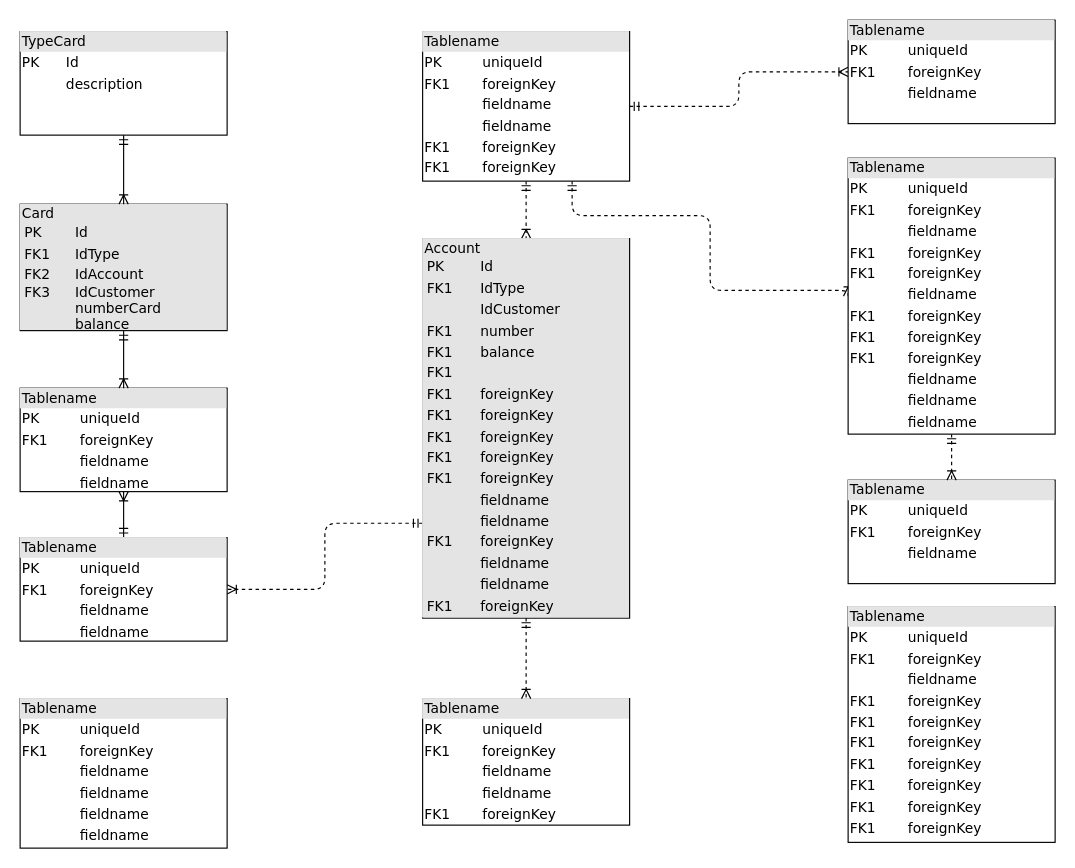
This is src/Untitled Diagram.drawio from mlimber64/Project-bootcamp, a draw.io file, before an edit. Source tidied: cells renumbered, new cells numbered last; positions are measured from the earlier drawing's top-left corner, leaving out a move shared by most shapes. Both pictures are drawn from the tidied source at 115%, with x=0, y=0 at pixel (20, 20).
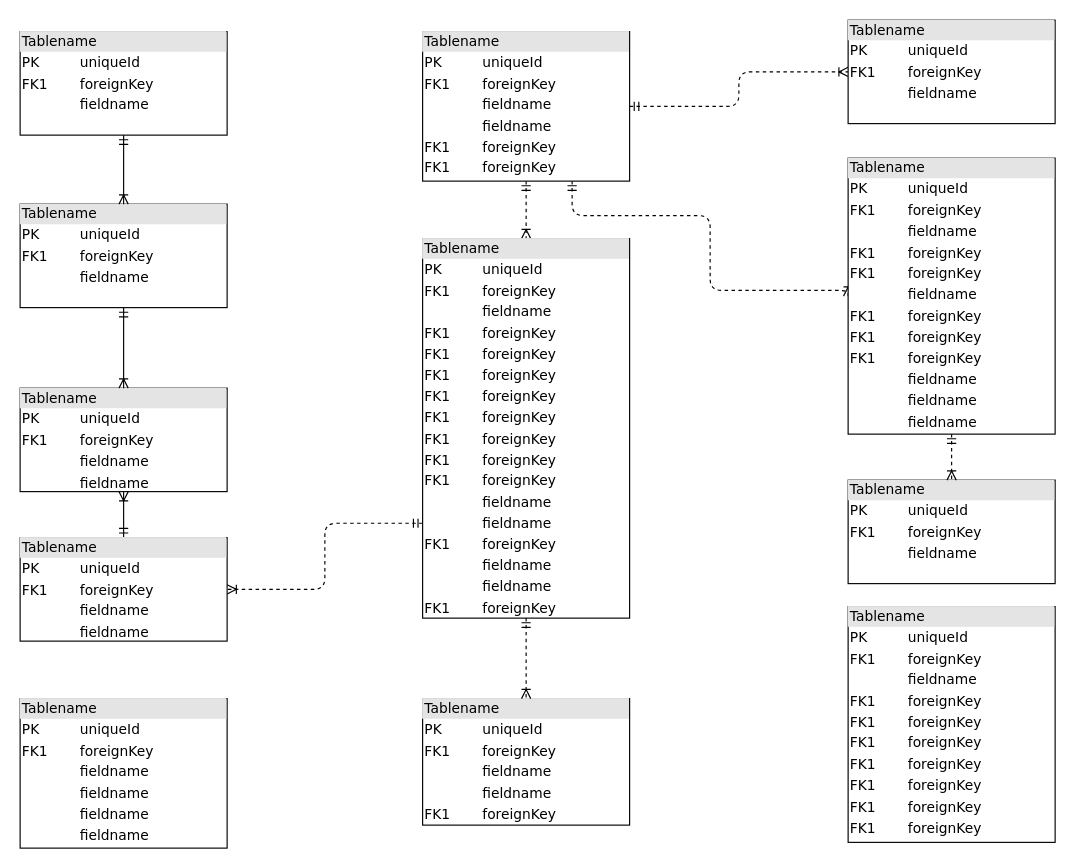
Above is the later version.

What changed in the source:
```diff
@@
-    <mxCell id="2" value="&lt;div style=&quot;box-sizing: border-box ; width: 100% ; background: #e4e4e4 ; padding: 2px&quot;&gt;TypeCard&lt;/div&gt;&lt;table style=&quot;width: 100% ; font-size: 1em&quot; cellpadding=&quot;2&quot; cellspacing=&quot;0&quot;&gt;&lt;tbody&gt;&lt;tr&gt;&lt;td&gt;PK&lt;/td&gt;&lt;td&gt;Id&lt;/td&gt;&lt;/tr&gt;&lt;tr&gt;&lt;td&gt;&lt;br&gt;&lt;/td&gt;&lt;td&gt;description&lt;/td&gt;&lt;/tr&gt;&lt;tr&gt;&lt;td&gt;&lt;/td&gt;&lt;td&gt;&lt;br&gt;&lt;/td&gt;&lt;/tr&gt;&lt;/tbody&gt;&lt;/table&gt;" style="verticalAlign=top;align=left;overflow=fill;html=1;rounded=0;shadow=0;comic=0;labelBackgroundColor=none;strokeWidth=1;fontFamily=Verdana;fontSize=12;" parent="1" vertex="1">
+    <mxCell id="2" value="&lt;div style=&quot;box-sizing:border-box;width:100%;background:#e4e4e4;padding:2px;&quot;&gt;Tablename&lt;/div&gt;&lt;table style=&quot;width:100%;font-size:1em;&quot; cellpadding=&quot;2&quot; cellspacing=&quot;0&quot;&gt;&lt;tr&gt;&lt;td&gt;PK&lt;/td&gt;&lt;td&gt;uniqueId&lt;/td&gt;&lt;/tr&gt;&lt;tr&gt;&lt;td&gt;FK1&lt;/td&gt;&lt;td&gt;foreignKey&lt;/td&gt;&lt;/tr&gt;&lt;tr&gt;&lt;td&gt;&lt;/td&gt;&lt;td&gt;fieldname&lt;/td&gt;&lt;/tr&gt;&lt;/table&gt;" style="verticalAlign=top;align=left;overflow=fill;html=1;rounded=0;shadow=0;comic=0;labelBackgroundColor=none;strokeWidth=1;fontFamily=Verdana;fontSize=12;" parent="1" vertex="1">
       <mxGeometry y="10" width="180" height="90" as="geometry" />
     </mxCell>
@@
-    <mxCell id="12" value="&lt;div style=&quot;box-sizing: border-box ; width: 100% ; background: #e4e4e4 ; padding: 2px&quot;&gt;Card&lt;table cellpadding=&quot;2&quot; cellspacing=&quot;0&quot; style=&quot;font-size: 1em ; width: 100%&quot;&gt;&lt;tbody&gt;&lt;tr&gt;&lt;td&gt;PK&lt;/td&gt;&lt;td&gt;Id&lt;/td&gt;&lt;/tr&gt;&lt;tr&gt;&lt;td&gt;FK1&lt;/td&gt;&lt;td&gt;IdType&lt;/td&gt;&lt;/tr&gt;&lt;tr&gt;&lt;td&gt;FK2&lt;br&gt;FK3&lt;br&gt;&lt;br&gt;&lt;br&gt;&lt;/td&gt;&lt;td&gt;IdAccount&lt;br&gt;IdCustomer&lt;br&gt;numberCard&lt;br&gt;balance&lt;/td&gt;&lt;/tr&gt;&lt;/tbody&gt;&lt;/table&gt;&lt;/div&gt;" style="verticalAlign=top;align=left;overflow=fill;html=1;rounded=0;shadow=0;comic=0;labelBackgroundColor=none;strokeWidth=1;fontFamily=Verdana;fontSize=12;" parent="1" vertex="1">
-      <mxGeometry y="160" width="180" height="110" as="geometry" />
+    <mxCell id="12" value="&lt;div style=&quot;box-sizing:border-box;width:100%;background:#e4e4e4;padding:2px;&quot;&gt;Tablename&lt;/div&gt;&lt;table style=&quot;width:100%;font-size:1em;&quot; cellpadding=&quot;2&quot; cellspacing=&quot;0&quot;&gt;&lt;tr&gt;&lt;td&gt;PK&lt;/td&gt;&lt;td&gt;uniqueId&lt;/td&gt;&lt;/tr&gt;&lt;tr&gt;&lt;td&gt;FK1&lt;/td&gt;&lt;td&gt;foreignKey&lt;/td&gt;&lt;/tr&gt;&lt;tr&gt;&lt;td&gt;&lt;/td&gt;&lt;td&gt;fieldname&lt;/td&gt;&lt;/tr&gt;&lt;/table&gt;" style="verticalAlign=top;align=left;overflow=fill;html=1;rounded=0;shadow=0;comic=0;labelBackgroundColor=none;strokeWidth=1;fontFamily=Verdana;fontSize=12;" parent="1" vertex="1">
+      <mxGeometry y="160" width="180" height="90" as="geometry" />
     </mxCell>
@@
-    <mxCell id="16" value="&lt;div style=&quot;box-sizing: border-box ; width: 100% ; background: #e4e4e4 ; padding: 2px&quot;&gt;Account&lt;table cellpadding=&quot;2&quot; cellspacing=&quot;0&quot; style=&quot;font-size: 1em ; width: 100%&quot;&gt;&lt;tbody&gt;&lt;tr&gt;&lt;td&gt;PK&lt;/td&gt;&lt;td&gt;Id&lt;/td&gt;&lt;/tr&gt;&lt;tr&gt;&lt;td&gt;FK1&lt;/td&gt;&lt;td&gt;IdType&lt;/td&gt;&lt;/tr&gt;&lt;tr&gt;&lt;td&gt;&lt;/td&gt;&lt;td&gt;IdCustomer&lt;/td&gt;&lt;/tr&gt;&lt;tr&gt;&lt;td&gt;FK1&lt;br&gt;&lt;/td&gt;&lt;td&gt;number&lt;/td&gt;&lt;/tr&gt;&lt;tr&gt;&lt;td&gt;FK1&lt;br&gt;&lt;/td&gt;&lt;td&gt;balance&lt;/td&gt;&lt;/tr&gt;&lt;tr&gt;&lt;td&gt;FK1&lt;br&gt;&lt;/td&gt;&lt;td&gt;&lt;br&gt;&lt;/td&gt;&lt;/tr&gt;&lt;tr&gt;&lt;td&gt;FK1&lt;br&gt;&lt;/td&gt;&lt;td&gt;foreignKey&lt;br&gt;&lt;/td&gt;&lt;/tr&gt;&lt;tr&gt;&lt;td&gt;FK1&lt;br&gt;&lt;/td&gt;&lt;td&gt;foreignKey&lt;br&gt;&lt;/td&gt;&lt;/tr&gt;&lt;tr&gt;&lt;td&gt;FK1&lt;br&gt;&lt;/td&gt;&lt;td&gt;foreignKey&lt;br&gt;&lt;/td&gt;&lt;/tr&gt;&lt;tr&gt;&lt;td&gt;FK1&lt;br&gt;&lt;/td&gt;&lt;td&gt;foreignKey&lt;br&gt;&lt;/td&gt;&lt;/tr&gt;&lt;tr&gt;&lt;td&gt;FK1&lt;br&gt;&lt;/td&gt;&lt;td&gt;foreignKey&lt;br&gt;&lt;/td&gt;&lt;/tr&gt;&lt;tr&gt;&lt;td&gt;&lt;br&gt;&lt;/td&gt;&lt;td&gt;fieldname&lt;br&gt;&lt;/td&gt;&lt;/tr&gt;&lt;tr&gt;&lt;td&gt;&lt;br&gt;&lt;/td&gt;&lt;td&gt;fieldname&lt;br&gt;&lt;/td&gt;&lt;/tr&gt;&lt;tr&gt;&lt;td&gt;FK1&lt;br&gt;&lt;/td&gt;&lt;td&gt;foreignKey&lt;br&gt;&lt;/td&gt;&lt;/tr&gt;&lt;tr&gt;&lt;td&gt;&lt;br&gt;&lt;/td&gt;&lt;td&gt;fieldname&lt;br&gt;&lt;/td&gt;&lt;/tr&gt;&lt;tr&gt;&lt;td&gt;&lt;br&gt;&lt;/td&gt;&lt;td&gt;fieldname&lt;br&gt;&lt;/td&gt;&lt;/tr&gt;&lt;tr&gt;&lt;td&gt;FK1&lt;br&gt;&lt;/td&gt;&lt;td&gt;foreignKey&lt;br&gt;&lt;/td&gt;&lt;/tr&gt;&lt;/tbody&gt;&lt;/table&gt;&lt;/div&gt;" style="verticalAlign=top;align=left;overflow=fill;html=1;rounded=0;shadow=0;comic=0;labelBackgroundColor=none;strokeWidth=1;fontFamily=Verdana;fontSize=12;" parent="1" vertex="1">
+    <mxCell id="16" value="&lt;div style=&quot;box-sizing: border-box ; width: 100% ; background: #e4e4e4 ; padding: 2px&quot;&gt;Tablename&lt;/div&gt;&lt;table style=&quot;width: 100% ; font-size: 1em&quot; cellpadding=&quot;2&quot; cellspacing=&quot;0&quot;&gt;&lt;tbody&gt;&lt;tr&gt;&lt;td&gt;PK&lt;/td&gt;&lt;td&gt;uniqueId&lt;/td&gt;&lt;/tr&gt;&lt;tr&gt;&lt;td&gt;FK1&lt;/td&gt;&lt;td&gt;foreignKey&lt;/td&gt;&lt;/tr&gt;&lt;tr&gt;&lt;td&gt;&lt;/td&gt;&lt;td&gt;fieldname&lt;/td&gt;&lt;/tr&gt;&lt;tr&gt;&lt;td&gt;FK1&lt;br&gt;&lt;/td&gt;&lt;td&gt;foreignKey&lt;br&gt;&lt;/td&gt;&lt;/tr&gt;&lt;tr&gt;&lt;td&gt;FK1&lt;br&gt;&lt;/td&gt;&lt;td&gt;foreignKey&lt;br&gt;&lt;/td&gt;&lt;/tr&gt;&lt;tr&gt;&lt;td&gt;FK1&lt;br&gt;&lt;/td&gt;&lt;td&gt;foreignKey&lt;br&gt;&lt;/td&gt;&lt;/tr&gt;&lt;tr&gt;&lt;td&gt;FK1&lt;br&gt;&lt;/td&gt;&lt;td&gt;foreignKey&lt;br&gt;&lt;/td&gt;&lt;/tr&gt;&lt;tr&gt;&lt;td&gt;FK1&lt;br&gt;&lt;/td&gt;&lt;td&gt;foreignKey&lt;br&gt;&lt;/td&gt;&lt;/tr&gt;&lt;tr&gt;&lt;td&gt;FK1&lt;br&gt;&lt;/td&gt;&lt;td&gt;foreignKey&lt;br&gt;&lt;/td&gt;&lt;/tr&gt;&lt;tr&gt;&lt;td&gt;FK1&lt;br&gt;&lt;/td&gt;&lt;td&gt;foreignKey&lt;br&gt;&lt;/td&gt;&lt;/tr&gt;&lt;tr&gt;&lt;td&gt;FK1&lt;br&gt;&lt;/td&gt;&lt;td&gt;foreignKey&lt;br&gt;&lt;/td&gt;&lt;/tr&gt;&lt;tr&gt;&lt;td&gt;&lt;br&gt;&lt;/td&gt;&lt;td&gt;fieldname&lt;br&gt;&lt;/td&gt;&lt;/tr&gt;&lt;tr&gt;&lt;td&gt;&lt;br&gt;&lt;/td&gt;&lt;td&gt;fieldname&lt;br&gt;&lt;/td&gt;&lt;/tr&gt;&lt;tr&gt;&lt;td&gt;FK1&lt;br&gt;&lt;/td&gt;&lt;td&gt;foreignKey&lt;br&gt;&lt;/td&gt;&lt;/tr&gt;&lt;tr&gt;&lt;td&gt;&lt;br&gt;&lt;/td&gt;&lt;td&gt;fieldname&lt;br&gt;&lt;/td&gt;&lt;/tr&gt;&lt;tr&gt;&lt;td&gt;&lt;br&gt;&lt;/td&gt;&lt;td&gt;fieldname&lt;br&gt;&lt;/td&gt;&lt;/tr&gt;&lt;tr&gt;&lt;td&gt;FK1&lt;br&gt;&lt;/td&gt;&lt;td&gt;foreignKey&lt;br&gt;&lt;/td&gt;&lt;/tr&gt;&lt;/tbody&gt;&lt;/table&gt;" style="verticalAlign=top;align=left;overflow=fill;html=1;rounded=0;shadow=0;comic=0;labelBackgroundColor=none;strokeWidth=1;fontFamily=Verdana;fontSize=12;" parent="1" vertex="1">
       <mxGeometry x="350" y="190" width="180" height="330" as="geometry" />
     </mxCell>
```
